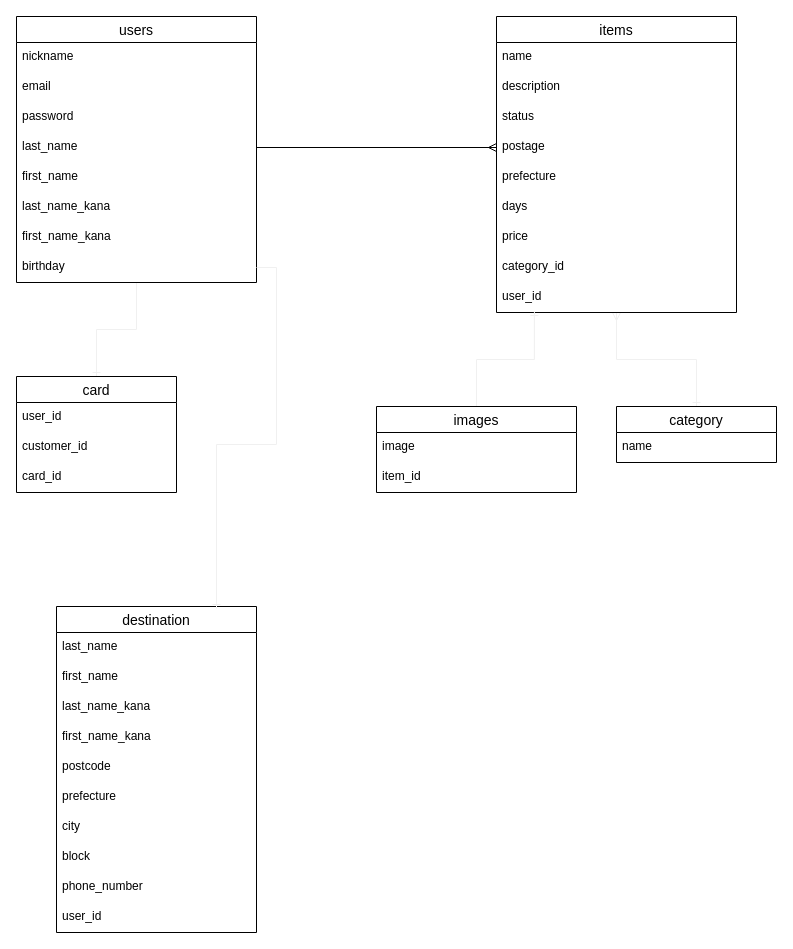
Before: test.dio in 08ryo/furima-30294, a draw.io diagram. Source tidied: cells renumbered, new cells numbered last; positions are measured from the earlier drawing's top-left corner, leaving out a move shared by most shapes. Both pictures are drawn from the tidied source at 100%, with x=0, y=0 at pixel (16, 16).
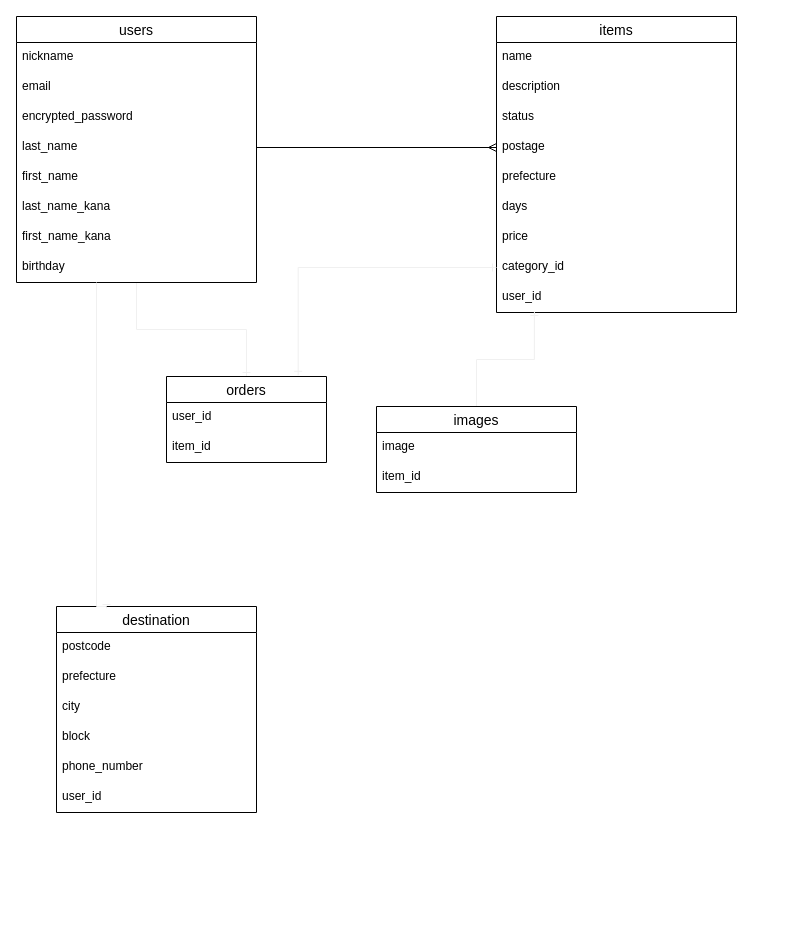
Above is the later version.

Commit message (it also covers changes not shown here):
購入者情報追加

Unchanged cells that the change refers to:
```xml
<mxCell id="3" value="users" style="swimlane;fontStyle=0;horizontal=1;startSize=26;align=center;fontSize=14;" parent="1" vertex="1">
  <mxGeometry width="240" height="266" as="geometry" />
</mxCell>
<mxCell id="11" value="birthday" style="text;strokeColor=none;fillColor=none;spacingLeft=4;spacingRight=4;overflow=hidden;points=[[0,0.5],[1,0.5]];portConstraint=eastwest;fontSize=12;" parent="3" vertex="1">
  <mxGeometry y="236" width="240" height="30" as="geometry" />
</mxCell>
<mxCell id="13" value="items" style="swimlane;fontStyle=0;horizontal=1;startSize=26;align=center;fontSize=14;" parent="1" vertex="1">
  <mxGeometry x="480" width="240" height="296" as="geometry" />
</mxCell>
<mxCell id="21" value="category_id" style="text;strokeColor=none;fillColor=none;spacingLeft=4;spacingRight=4;overflow=hidden;points=[[0,0.5],[1,0.5]];portConstraint=eastwest;fontSize=12;" parent="13" vertex="1">
  <mxGeometry y="236" width="240" height="30" as="geometry" />
</mxCell>
```

Diff of the diagram source:
```diff
@@
-    <mxCell id="6" value="password" style="text;strokeColor=none;fillColor=none;spacingLeft=4;spacingRight=4;overflow=hidden;fontSize=12;" parent="3" vertex="1">
+    <mxCell id="6" value="encrypted_password" style="text;strokeColor=none;fillColor=none;spacingLeft=4;spacingRight=4;overflow=hidden;fontSize=12;" parent="3" vertex="1">
       <mxGeometry y="86" width="240" height="30" as="geometry" />
     </mxCell>
@@
-    <mxCell id="12" style="edgeStyle=orthogonalEdgeStyle;rounded=0;jettySize=auto;html=1;endArrow=ERone;endFill=0;strokeColor=#f0f0f0;entryX=0.5;entryY=0;entryDx=0;entryDy=0;startArrow=ERmany;startFill=0;" parent="1" edge="1" source="13" target="44">
-      <mxGeometry relative="1" as="geometry" />
-    </mxCell>
@@
-    <mxCell id="24" value="card" style="swimlane;fontStyle=0;horizontal=1;startSize=26;align=center;fontSize=14;" parent="1" vertex="1">
-      <mxGeometry y="360" width="160" height="116" as="geometry" />
+    <mxCell id="24" value="orders" style="swimlane;fontStyle=0;horizontal=1;startSize=26;align=center;fontSize=14;" parent="1" vertex="1">
+      <mxGeometry x="150" y="360" width="160" height="86" as="geometry" />
     </mxCell>
@@
-    <mxCell id="26" value="customer_id" style="text;strokeColor=none;fillColor=none;spacingLeft=4;spacingRight=4;overflow=hidden;fontSize=12;" parent="24" vertex="1">
+    <mxCell id="26" value="item_id" style="text;strokeColor=none;fillColor=none;spacingLeft=4;spacingRight=4;overflow=hidden;fontSize=12;" parent="24" vertex="1">
       <mxGeometry y="56" width="160" height="30" as="geometry" />
     </mxCell>
-    <mxCell id="27" value="card_id" style="text;strokeColor=none;fillColor=none;spacingLeft=4;spacingRight=4;overflow=hidden;fontSize=12;" parent="24" vertex="1">
-      <mxGeometry y="86" width="160" height="30" as="geometry" />
-    </mxCell>
     <mxCell id="28" value="destination" style="swimlane;fontStyle=0;horizontal=1;startSize=26;align=center;fontSize=14;" parent="1" vertex="1">
-      <mxGeometry x="40" y="590" width="200" height="326" as="geometry" />
+      <mxGeometry x="40" y="590" width="200" height="206" as="geometry" />
     </mxCell>
-    <mxCell id="29" value="last_name" style="text;strokeColor=none;fillColor=none;spacingLeft=4;spacingRight=4;overflow=hidden;fontSize=12;" parent="28" vertex="1">
-      <mxGeometry y="26" width="200" height="30" as="geometry" />
-    </mxCell>
-    <mxCell id="30" value="first_name" style="text;strokeColor=none;fillColor=none;spacingLeft=4;spacingRight=4;overflow=hidden;fontSize=12;" parent="28" vertex="1">
-      <mxGeometry y="56" width="200" height="30" as="geometry" />
-    </mxCell>
-    <mxCell id="31" value="last_name_kana" style="text;strokeColor=none;fillColor=none;spacingLeft=4;spacingRight=4;overflow=hidden;fontSize=12;" parent="28" vertex="1">
-      <mxGeometry y="86" width="200" height="30" as="geometry" />
-    </mxCell>
-    <mxCell id="32" value="first_name_kana" style="text;strokeColor=none;fillColor=none;spacingLeft=4;spacingRight=4;overflow=hidden;fontSize=12;" parent="28" vertex="1">
-      <mxGeometry y="116" width="200" height="30" as="geometry" />
-    </mxCell>
     <mxCell id="33" value="postcode" style="text;strokeColor=none;fillColor=none;spacingLeft=4;spacingRight=4;overflow=hidden;fontSize=12;" parent="28" vertex="1">
-      <mxGeometry y="146" width="200" height="30" as="geometry" />
+      <mxGeometry y="26" width="200" height="30" as="geometry" />
     </mxCell>
     <mxCell id="34" value="prefecture" style="text;strokeColor=none;fillColor=none;spacingLeft=4;spacingRight=4;overflow=hidden;fontSize=12;" parent="28" vertex="1">
-      <mxGeometry y="176" width="200" height="30" as="geometry" />
+      <mxGeometry y="56" width="200" height="30" as="geometry" />
     </mxCell>
     <mxCell id="35" value="city" style="text;strokeColor=none;fillColor=none;spacingLeft=4;spacingRight=4;overflow=hidden;fontSize=12;" parent="28" vertex="1">
-      <mxGeometry y="206" width="200" height="30" as="geometry" />
+      <mxGeometry y="86" width="200" height="30" as="geometry" />
     </mxCell>
     <mxCell id="36" value="block" style="text;strokeColor=none;fillColor=none;spacingLeft=4;spacingRight=4;overflow=hidden;fontSize=12;" parent="28" vertex="1">
-      <mxGeometry y="236" width="200" height="30" as="geometry" />
+      <mxGeometry y="116" width="200" height="30" as="geometry" />
     </mxCell>
     <mxCell id="37" value="phone_number" style="text;strokeColor=none;fillColor=none;spacingLeft=4;spacingRight=4;overflow=hidden;fontSize=12;" parent="28" vertex="1">
-      <mxGeometry y="266" width="200" height="30" as="geometry" />
+      <mxGeometry y="146" width="200" height="30" as="geometry" />
     </mxCell>
     <mxCell id="38" value="user_id" style="text;strokeColor=none;fillColor=none;spacingLeft=4;spacingRight=4;overflow=hidden;fontSize=12;" parent="28" vertex="1">
-      <mxGeometry y="296" width="200" height="30" as="geometry" />
+      <mxGeometry y="176" width="200" height="30" as="geometry" />
     </mxCell>
@@
-    <mxCell id="43" style="edgeStyle=orthogonalEdgeStyle;rounded=0;jettySize=auto;html=1;entryX=0.8;entryY=0.006;entryDx=0;entryDy=0;entryPerimeter=0;endArrow=ERone;endFill=0;strokeColor=#f0f0f0;" parent="1" edge="1" source="11" target="28">
-      <mxGeometry relative="1" as="geometry" />
+    <mxCell id="43" style="edgeStyle=orthogonalEdgeStyle;rounded=0;jettySize=auto;html=1;endArrow=ERone;endFill=0;strokeColor=#f0f0f0;" parent="1" edge="1" source="11">
+      <mxGeometry relative="1" as="geometry">
+        <mxPoint x="90" y="592" as="targetPoint" />
+        <Array as="points">
+          <mxPoint x="80" y="590" />
+          <mxPoint x="90" y="590" />
+        </Array>
+      </mxGeometry>
     </mxCell>
-    <mxCell id="44" value="category" style="swimlane;fontStyle=0;horizontal=1;startSize=26;align=center;fontSize=14;" parent="1" vertex="1">
-      <mxGeometry x="600" y="390" width="160" height="56" as="geometry" />
-    </mxCell>
-    <mxCell id="45" value="name" style="text;strokeColor=none;fillColor=none;spacingLeft=4;spacingRight=4;overflow=hidden;fontSize=12;" parent="44" vertex="1">
-      <mxGeometry y="26" width="160" height="30" as="geometry" />
-    </mxCell>
+    <mxCell id="46" style="edgeStyle=orthogonalEdgeStyle;rounded=0;jettySize=auto;html=1;exitX=0;exitY=0.5;exitDx=0;exitDy=0;entryX=0.823;entryY=-0.014;entryDx=0;entryDy=0;entryPerimeter=0;startArrow=ERone;startFill=0;endArrow=ERone;endFill=0;strokeColor=#f0f0f0;" parent="1" edge="1" source="21" target="24">
+      <mxGeometry relative="1" as="geometry" />
+    </mxCell>
```
